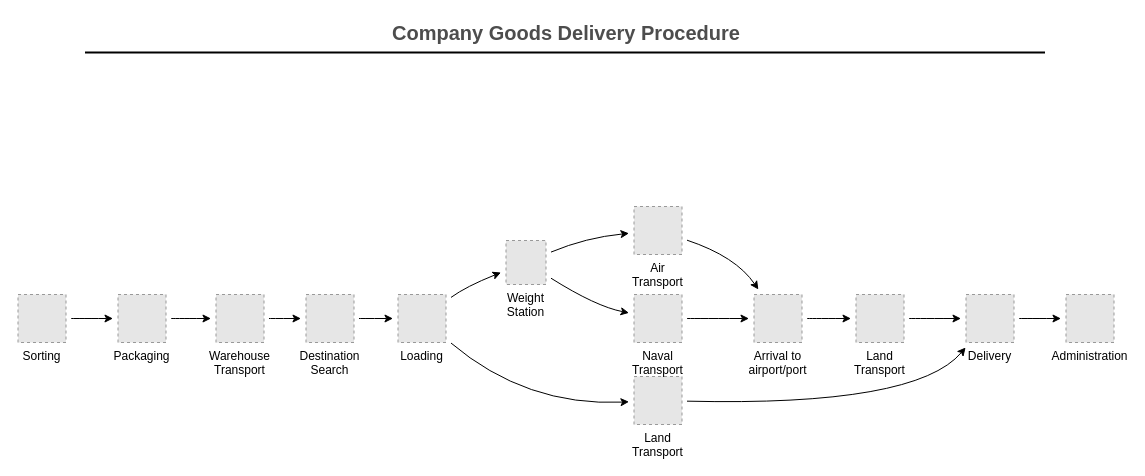
The draw.io diagram Untitled Diagram.drawio in dcc97/aws-kinesis-s3-athena, before the edit. Source tidied: cells renumbered, new cells numbered last; positions are measured from the earlier drawing's top-left corner, leaving out a move shared by most shapes. Both pictures are drawn from the tidied source at 100%, with x=0, y=0 at pixel (17, 17). Pictures stored in the file or linked from it are replaced by grey dashed boxes.
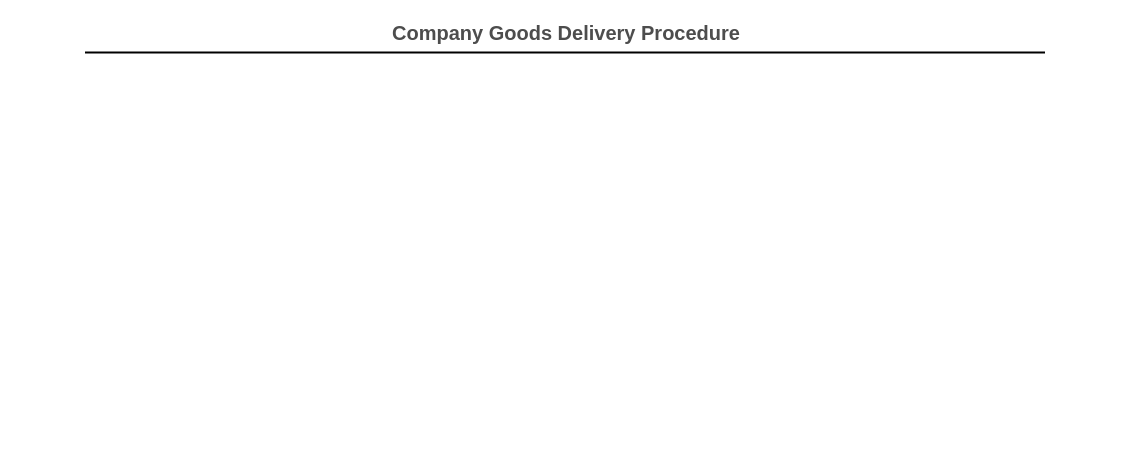
After the change.

What changed in the source:
```diff
@@
-    <mxCell id="2" style="jettySize=auto;html=1;curved=1;sourcePerimeterSpacing=5;targetPerimeterSpacing=5;" parent="1" edge="1" source="3" target="16">
-      <mxGeometry relative="1" as="geometry" />
-    </mxCell>
-    <mxCell id="3" value="Warehouse&#10;Transport" style="fillColor=#E6E6E6;strokeColor=#999999;dashed=1;verticalLabelPosition=bottom;verticalAlign=top;" parent="1" vertex="1">
-      <mxGeometry x="198.5" y="277" width="48" height="48" as="geometry" />
-    </mxCell>
-    <mxCell id="4" style="jettySize=auto;html=1;curved=1;sourcePerimeterSpacing=5;targetPerimeterSpacing=5;" parent="1" edge="1" source="5" target="14">
-      <mxGeometry relative="1" as="geometry" />
-    </mxCell>
-    <mxCell id="5" value="Sorting" style="fillColor=#E6E6E6;strokeColor=#999999;dashed=1;verticalLabelPosition=bottom;verticalAlign=top;" parent="1" vertex="1">
-      <mxGeometry x="0.5" y="277" width="48" height="48" as="geometry" />
-    </mxCell>
-    <mxCell id="6" style="jettySize=auto;html=1;curved=1;sourcePerimeterSpacing=5;targetPerimeterSpacing=5;" parent="1" edge="1" source="7" target="27">
-      <mxGeometry relative="1" as="geometry">
-        <Array as="points">
-          <mxPoint x="898.5" y="389" />
-        </Array>
-      </mxGeometry>
-    </mxCell>
-    <mxCell id="7" value="Land&#10;Transport" style="fillColor=#E6E6E6;strokeColor=#999999;dashed=1;verticalLabelPosition=bottom;verticalAlign=top;" parent="1" vertex="1">
-      <mxGeometry x="616.5" y="359" width="48" height="48" as="geometry" />
-    </mxCell>
-    <mxCell id="8" style="jettySize=auto;html=1;curved=1;sourcePerimeterSpacing=5;targetPerimeterSpacing=5;" parent="1" edge="1" source="9" target="18">
-      <mxGeometry relative="1" as="geometry">
-        <Array as="points">
-          <mxPoint x="718.5" y="239" />
-        </Array>
-      </mxGeometry>
-    </mxCell>
-    <mxCell id="9" value="Air&#10;Transport" style="fillColor=#E6E6E6;strokeColor=#999999;dashed=1;verticalLabelPosition=bottom;verticalAlign=top;" parent="1" vertex="1">
-      <mxGeometry x="616.5" y="189" width="48" height="48" as="geometry" />
-    </mxCell>
-    <mxCell id="10" style="jettySize=auto;html=1;curved=1;sourcePerimeterSpacing=5;targetPerimeterSpacing=5;" parent="1" edge="1" source="12" target="21">
-      <mxGeometry relative="1" as="geometry">
-        <Array as="points">
-          <mxPoint x="448.5" y="269" />
-        </Array>
-      </mxGeometry>
-    </mxCell>
-    <mxCell id="11" style="jettySize=auto;html=1;curved=1;sourcePerimeterSpacing=5;targetPerimeterSpacing=5;" parent="1" edge="1" source="12" target="7">
-      <mxGeometry relative="1" as="geometry">
-        <Array as="points">
-          <mxPoint x="508.5" y="389" />
-        </Array>
-      </mxGeometry>
-    </mxCell>
-    <mxCell id="12" value="Loading" style="fillColor=#E6E6E6;strokeColor=#999999;dashed=1;verticalLabelPosition=bottom;verticalAlign=top;" parent="1" vertex="1">
-      <mxGeometry x="380.5" y="277" width="48" height="48" as="geometry" />
-    </mxCell>
-    <mxCell id="13" style="jettySize=auto;html=1;curved=1;sourcePerimeterSpacing=5;targetPerimeterSpacing=5;" parent="1" edge="1" source="14" target="3">
-      <mxGeometry relative="1" as="geometry" />
-    </mxCell>
-    <mxCell id="14" value="Packaging" style="fillColor=#E6E6E6;strokeColor=#999999;dashed=1;verticalLabelPosition=bottom;verticalAlign=top;" parent="1" vertex="1">
-      <mxGeometry x="100.5" y="277" width="48" height="48" as="geometry" />
-    </mxCell>
-    <mxCell id="15" style="jettySize=auto;html=1;curved=1;sourcePerimeterSpacing=5;targetPerimeterSpacing=5;" parent="1" edge="1" source="16" target="12">
-      <mxGeometry relative="1" as="geometry" />
-    </mxCell>
-    <mxCell id="16" value="Destination&#10;Search" style="fillColor=#E6E6E6;strokeColor=#999999;dashed=1;verticalLabelPosition=bottom;verticalAlign=top;" parent="1" vertex="1">
-      <mxGeometry x="288.5" y="277" width="48" height="48" as="geometry" />
-    </mxCell>
-    <mxCell id="17" style="jettySize=auto;html=1;curved=1;sourcePerimeterSpacing=5;targetPerimeterSpacing=5;" parent="1" edge="1" source="18" target="25">
-      <mxGeometry relative="1" as="geometry" />
-    </mxCell>
-    <mxCell id="18" value="Arrival to&#10;airport/port" style="fillColor=#E6E6E6;strokeColor=#999999;dashed=1;verticalLabelPosition=bottom;verticalAlign=top;" parent="1" vertex="1">
-      <mxGeometry x="736.5" y="277" width="48" height="48" as="geometry" />
-    </mxCell>
-    <mxCell id="19" style="jettySize=auto;html=1;curved=1;sourcePerimeterSpacing=5;targetPerimeterSpacing=5;" parent="1" edge="1" source="21" target="9">
-      <mxGeometry relative="1" as="geometry">
-        <Array as="points">
-          <mxPoint x="568.5" y="220" />
-        </Array>
-      </mxGeometry>
-    </mxCell>
-    <mxCell id="20" style="jettySize=auto;html=1;curved=1;sourcePerimeterSpacing=5;targetPerimeterSpacing=5;" parent="1" edge="1" source="21" target="23">
-      <mxGeometry relative="1" as="geometry">
-        <Array as="points">
-          <mxPoint x="578.5" y="289" />
-        </Array>
-      </mxGeometry>
-    </mxCell>
-    <mxCell id="21" value="Weight&#10;Station" style="fillColor=#E6E6E6;strokeColor=#999999;dashed=1;verticalLabelPosition=bottom;verticalAlign=top;" parent="1" vertex="1">
-      <mxGeometry x="488.5" y="223" width="40" height="44" as="geometry" />
-    </mxCell>
-    <mxCell id="22" style="jettySize=auto;html=1;curved=1;sourcePerimeterSpacing=5;targetPerimeterSpacing=5;" parent="1" edge="1" source="23" target="18">
-      <mxGeometry relative="1" as="geometry" />
-    </mxCell>
-    <mxCell id="23" value="Naval&#10;Transport" style="fillColor=#E6E6E6;strokeColor=#999999;dashed=1;verticalLabelPosition=bottom;verticalAlign=top;" parent="1" vertex="1">
-      <mxGeometry x="616.5" y="277" width="48" height="48" as="geometry" />
-    </mxCell>
-    <mxCell id="24" style="jettySize=auto;html=1;curved=1;sourcePerimeterSpacing=5;targetPerimeterSpacing=5;" parent="1" edge="1" source="25" target="27">
-      <mxGeometry relative="1" as="geometry" />
-    </mxCell>
-    <mxCell id="25" value="Land&#10;Transport" style="fillColor=#E6E6E6;strokeColor=#999999;dashed=1;verticalLabelPosition=bottom;verticalAlign=top;" parent="1" vertex="1">
-      <mxGeometry x="838.5" y="277" width="48" height="48" as="geometry" />
-    </mxCell>
-    <mxCell id="26" style="jettySize=auto;html=1;curved=1;sourcePerimeterSpacing=5;targetPerimeterSpacing=5;" parent="1" edge="1" source="27" target="28">
-      <mxGeometry relative="1" as="geometry" />
-    </mxCell>
-    <mxCell id="27" value="Delivery" style="fillColor=#E6E6E6;strokeColor=#999999;dashed=1;verticalLabelPosition=bottom;verticalAlign=top;" parent="1" vertex="1">
-      <mxGeometry x="948.5" y="277" width="48" height="48" as="geometry" />
-    </mxCell>
-    <mxCell id="28" value="Administration" style="fillColor=#E6E6E6;strokeColor=#999999;dashed=1;verticalLabelPosition=bottom;verticalAlign=top;" parent="1" vertex="1">
-      <mxGeometry x="1048.5" y="277" width="48" height="48" as="geometry" />
-    </mxCell>
```
